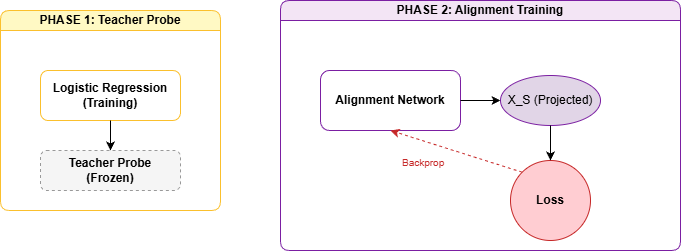
The draw.io diagram Documentazione/images/modelsss/AppH.png in Fonty02/HallucinationDetection, before a commit. Source tidied: cells renumbered, new cells last; positions are measured from the earlier drawing's top-left corner, leaving out a move shared by most shapes.
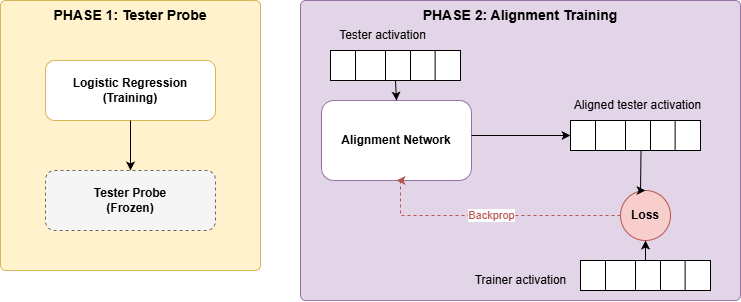
Above is the later version.

Change to the diagram source:
```diff
@@ -2,41 +2,156 @@
   <root>
     <mxCell id="0" />
     <mxCell id="1" parent="0" />
-    <mxCell id="2" value="PHASE 1: Teacher Probe" style="swimlane;whiteSpace=wrap;html=1;fillColor=#fff9c4;strokeColor=#fbc02d;startSize=20;rounded=1;" parent="1" vertex="1">
-      <mxGeometry y="10" width="220" height="200" as="geometry" />
-    </mxCell>
+    <mxCell id="14" value="PHASE 1: Tester Probe" style="rounded=1;whiteSpace=wrap;html=1;absoluteArcSize=1;arcSize=10;fillColor=#fff2cc;strokeColor=#d6b656;verticalAlign=top;fontStyle=1;fontSize=14;" parent="1" vertex="1">
+      <mxGeometry x="-20" width="260" height="270" as="geometry" />
+    </mxCell>
-    <mxCell id="3" value="Logistic Regression&lt;br&gt;(Training)" style="rounded=1;whiteSpace=wrap;html=1;fillColor=#ffffff;strokeColor=#fbc02d;fontStyle=1;" parent="2" vertex="1">
-      <mxGeometry x="40" y="60" width="140" height="50" as="geometry" />
+    <mxCell id="3" value="Logistic Regression&lt;br&gt;(Training)" style="rounded=1;whiteSpace=wrap;html=1;fillColor=#ffffff;strokeColor=#d6b656;fontStyle=1;" parent="1" vertex="1">
+      <mxGeometry x="25" y="60" width="170" height="60" as="geometry" />
     </mxCell>
-    <mxCell id="4" value="Teacher Probe&lt;br&gt;(Frozen)" style="rounded=1;whiteSpace=wrap;html=1;fillColor=#f5f5f5;strokeColor=#999999;fontStyle=1;dashed=1;" parent="2" vertex="1">
-      <mxGeometry x="40" y="140" width="140" height="40" as="geometry" />
-    </mxCell>
-    <mxCell id="5" parent="2" edge="1" source="3" target="4">
-      <mxGeometry relative="1" as="geometry" />
-    </mxCell>
+    <mxCell id="15" value="Tester Probe&lt;br&gt;(Frozen)" style="rounded=1;whiteSpace=wrap;html=1;dashed=1;fillColor=#f5f5f5;strokeColor=#666666;fontStyle=1;" parent="1" vertex="1">
+      <mxGeometry x="25" y="170" width="170" height="60" as="geometry" />
+    </mxCell>
+    <mxCell id="16" style="edgeStyle=orthogonalEdgeStyle;rounded=0;jettySize=auto;html=1;entryX=0.5;entryY=0;entryDx=0;entryDy=0;strokeColor=#000000;" parent="1" edge="1" source="3" target="15">
+      <mxGeometry relative="1" as="geometry" />
+    </mxCell>
-    <mxCell id="6" value="PHASE 2: Alignment Training" style="swimlane;whiteSpace=wrap;html=1;fillColor=#f3e5f5;strokeColor=#7b1fa2;startSize=20;rounded=1;" parent="1" vertex="1">
-      <mxGeometry x="280" width="400" height="250" as="geometry" />
+    <mxCell id="6" value="PHASE 2: Alignment Training" style="rounded=1;whiteSpace=wrap;html=1;absoluteArcSize=1;arcSize=10;fillColor=#e1d5e7;strokeColor=#9673a6;verticalAlign=top;fontStyle=1;fontSize=14;" parent="1" vertex="1">
+      <mxGeometry x="280" width="440" height="300" as="geometry" />
     </mxCell>
-    <mxCell id="7" value="Alignment Network" style="rounded=1;whiteSpace=wrap;html=1;fillColor=#ffffff;strokeColor=#7b1fa2;fontStyle=1;" parent="6" vertex="1">
-      <mxGeometry x="40" y="70" width="140" height="60" as="geometry" />
+    <mxCell id="7" value="Alignment Network" style="rounded=1;whiteSpace=wrap;html=1;fillColor=#ffffff;strokeColor=#9673a6;fontStyle=1;" parent="1" vertex="1">
+      <mxGeometry x="301" y="100" width="150" height="80" as="geometry" />
     </mxCell>
-    <mxCell id="8" value="X_S (Projected)" style="ellipse;whiteSpace=wrap;html=1;fillColor=#e1d5e7;strokeColor=#7b1fa2;" parent="6" vertex="1">
-      <mxGeometry x="220" y="75" width="100" height="50" as="geometry" />
-    </mxCell>
-    <mxCell id="9" value="Loss" style="ellipse;whiteSpace=wrap;html=1;fillColor=#ffcdd2;strokeColor=#c62828;fontStyle=1;" parent="6" vertex="1">
-      <mxGeometry x="230" y="160" width="80" height="80" as="geometry" />
+    <mxCell id="9" value="Loss" style="ellipse;whiteSpace=wrap;html=1;fillColor=#f8cecc;strokeColor=#b85450;fontStyle=1;" parent="1" vertex="1">
+      <mxGeometry x="600" y="190" width="50" height="50" as="geometry" />
     </mxCell>
-    <mxCell id="10" parent="6" edge="1" source="7" target="8">
-      <mxGeometry relative="1" as="geometry" />
-    </mxCell>
-    <mxCell id="11" parent="6" edge="1" source="8" target="9">
-      <mxGeometry relative="1" as="geometry" />
-    </mxCell>
+    <mxCell id="17" style="edgeStyle=orthogonalEdgeStyle;rounded=0;jettySize=auto;html=1;entryX=1;entryY=0.5;entryDx=0;entryDy=0;strokeColor=#000000;" parent="1" edge="1" source="7" target="34">
+      <mxGeometry relative="1" as="geometry">
+        <Array as="points">
+          <mxPoint x="480" y="135" />
+          <mxPoint x="480" y="135" />
+        </Array>
+      </mxGeometry>
+    </mxCell>
+    <mxCell id="18" style="edgeStyle=orthogonalEdgeStyle;rounded=0;jettySize=auto;html=1;entryX=0.5;entryY=0;entryDx=0;entryDy=0;strokeColor=#000000;exitX=0.458;exitY=-0.001;exitDx=0;exitDy=0;exitPerimeter=0;" parent="1" edge="1" source="34" target="9">
+      <mxGeometry relative="1" as="geometry">
+        <Array as="points">
+          <mxPoint x="621" y="152" />
+          <mxPoint x="620" y="152" />
+          <mxPoint x="620" y="190" />
+        </Array>
+      </mxGeometry>
+    </mxCell>
-    <mxCell id="12" value="Backprop" style="text;html=1;fontColor=#c62828;fontSize=10;" parent="6" vertex="1">
-      <mxGeometry x="120" y="150" width="50" height="20" as="geometry" />
+    <mxCell id="12" value="Backprop" style="edgeStyle=orthogonalEdgeStyle;rounded=0;jettySize=auto;html=1;dashed=1;strokeColor=#B85450;fontColor=#B85450;entryX=0.5;entryY=1;entryDx=0;entryDy=0;exitX=0;exitY=0.5;exitDx=0;exitDy=0;" parent="1" edge="1" source="9" target="7">
+      <mxGeometry relative="1" as="geometry">
+        <Array as="points">
+          <mxPoint x="380" y="215" />
+          <mxPoint x="380" y="180" />
+        </Array>
+      </mxGeometry>
     </mxCell>
-    <mxCell id="13" style="endArrow=classic;html=1;dashed=1;fillColor=#ffcdd2;strokeColor=#c62828;exitX=0;exitY=0;entryX=0.5;entryY=1;" parent="6" edge="1" source="9" target="7">
-      <mxGeometry relative="1" as="geometry" />
-    </mxCell>
+    <mxCell id="19" style="group;rotation=90;" parent="1" vertex="1">
+      <mxGeometry x="610" y="210" width="30" height="130" as="geometry" />
+    </mxCell>
+    <mxCell id="20" style="rounded=0;whiteSpace=wrap;html=1;rotation=180;" parent="19" vertex="1">
+      <mxGeometry x="-50" y="50" width="130" height="30" as="geometry" />
+    </mxCell>
+    <mxCell id="21" style="endArrow=none;html=1;rounded=0;exitX=0.195;exitY=0.997;exitDx=0;exitDy=0;exitPerimeter=0;entryX=0.195;entryY=0.003;entryDx=0;entryDy=0;entryPerimeter=0;" parent="19" edge="1" source="20" target="20">
+      <mxGeometry relative="1" as="geometry" />
+    </mxCell>
+    <mxCell id="22" style="endArrow=none;html=1;rounded=0;exitX=0.195;exitY=0.997;exitDx=0;exitDy=0;exitPerimeter=0;entryX=0.195;entryY=0.003;entryDx=0;entryDy=0;entryPerimeter=0;" parent="19" edge="1">
+      <mxGeometry relative="1" as="geometry">
+        <mxPoint x="30" y="50" as="sourcePoint" />
+        <mxPoint x="30" y="80" as="targetPoint" />
+      </mxGeometry>
+    </mxCell>
+    <mxCell id="23" style="endArrow=none;html=1;rounded=0;exitX=0.195;exitY=0.997;exitDx=0;exitDy=0;exitPerimeter=0;entryX=0.195;entryY=0.003;entryDx=0;entryDy=0;entryPerimeter=0;" parent="19" edge="1">
+      <mxGeometry relative="1" as="geometry">
+        <mxPoint x="5" y="50" as="sourcePoint" />
+        <mxPoint x="5" y="80" as="targetPoint" />
+      </mxGeometry>
+    </mxCell>
+    <mxCell id="24" style="endArrow=none;html=1;rounded=0;exitX=0.195;exitY=0.997;exitDx=0;exitDy=0;exitPerimeter=0;entryX=0.195;entryY=0.003;entryDx=0;entryDy=0;entryPerimeter=0;" parent="19" edge="1">
+      <mxGeometry relative="1" as="geometry">
+        <mxPoint x="-25" y="50" as="sourcePoint" />
+        <mxPoint x="-25" y="80" as="targetPoint" />
+        <Array as="points">
+          <mxPoint x="-25" y="60" />
+        </Array>
+      </mxGeometry>
+    </mxCell>
+    <mxCell id="25" value="Trainer activation" style="text;html=1;whiteSpace=wrap;strokeColor=none;fillColor=none;align=center;verticalAlign=middle;rounded=0;" parent="1" vertex="1">
+      <mxGeometry x="447.5" y="270" width="105" height="20" as="geometry" />
+    </mxCell>
+    <mxCell id="26" style="group;rotation=90;" parent="1" vertex="1">
+      <mxGeometry x="360" width="30" height="130" as="geometry" />
+    </mxCell>
+    <mxCell id="27" style="rounded=0;whiteSpace=wrap;html=1;rotation=180;" parent="26" vertex="1">
+      <mxGeometry x="-50" y="50" width="130" height="30" as="geometry" />
+    </mxCell>
+    <mxCell id="28" style="endArrow=none;html=1;rounded=0;exitX=0.195;exitY=0.997;exitDx=0;exitDy=0;exitPerimeter=0;entryX=0.195;entryY=0.003;entryDx=0;entryDy=0;entryPerimeter=0;" parent="26" edge="1" source="27" target="27">
+      <mxGeometry relative="1" as="geometry" />
+    </mxCell>
+    <mxCell id="29" style="endArrow=none;html=1;rounded=0;exitX=0.195;exitY=0.997;exitDx=0;exitDy=0;exitPerimeter=0;entryX=0.195;entryY=0.003;entryDx=0;entryDy=0;entryPerimeter=0;" parent="26" edge="1">
+      <mxGeometry relative="1" as="geometry">
+        <mxPoint x="30" y="50" as="sourcePoint" />
+        <mxPoint x="30" y="80" as="targetPoint" />
+      </mxGeometry>
+    </mxCell>
+    <mxCell id="30" style="endArrow=none;html=1;rounded=0;exitX=0.195;exitY=0.997;exitDx=0;exitDy=0;exitPerimeter=0;entryX=0.195;entryY=0.003;entryDx=0;entryDy=0;entryPerimeter=0;" parent="26" edge="1">
+      <mxGeometry relative="1" as="geometry">
+        <mxPoint x="5" y="50" as="sourcePoint" />
+        <mxPoint x="5" y="80" as="targetPoint" />
+      </mxGeometry>
+    </mxCell>
+    <mxCell id="31" style="endArrow=none;html=1;rounded=0;exitX=0.195;exitY=0.997;exitDx=0;exitDy=0;exitPerimeter=0;entryX=0.195;entryY=0.003;entryDx=0;entryDy=0;entryPerimeter=0;" parent="26" edge="1">
+      <mxGeometry relative="1" as="geometry">
+        <mxPoint x="-25" y="50" as="sourcePoint" />
+        <mxPoint x="-25" y="80" as="targetPoint" />
+        <Array as="points">
+          <mxPoint x="-25" y="60" />
+        </Array>
+      </mxGeometry>
+    </mxCell>
+    <mxCell id="32" value="Tester activation" style="text;html=1;whiteSpace=wrap;strokeColor=none;fillColor=none;align=center;verticalAlign=middle;rounded=0;" parent="1" vertex="1">
+      <mxGeometry x="310" y="20" width="105" height="30" as="geometry" />
+    </mxCell>
+    <mxCell id="33" style="group;rotation=90;" parent="1" vertex="1">
+      <mxGeometry x="600" y="70" width="30" height="130" as="geometry" />
+    </mxCell>
+    <mxCell id="34" style="rounded=0;whiteSpace=wrap;html=1;rotation=180;" parent="33" vertex="1">
+      <mxGeometry x="-50" y="50" width="130" height="30" as="geometry" />
+    </mxCell>
+    <mxCell id="35" style="endArrow=none;html=1;rounded=0;exitX=0.195;exitY=0.997;exitDx=0;exitDy=0;exitPerimeter=0;entryX=0.195;entryY=0.003;entryDx=0;entryDy=0;entryPerimeter=0;" parent="33" edge="1" source="34" target="34">
+      <mxGeometry relative="1" as="geometry" />
+    </mxCell>
+    <mxCell id="36" style="endArrow=none;html=1;rounded=0;exitX=0.195;exitY=0.997;exitDx=0;exitDy=0;exitPerimeter=0;entryX=0.195;entryY=0.003;entryDx=0;entryDy=0;entryPerimeter=0;" parent="33" edge="1">
+      <mxGeometry relative="1" as="geometry">
+        <mxPoint x="30" y="50" as="sourcePoint" />
+        <mxPoint x="30" y="80" as="targetPoint" />
+      </mxGeometry>
+    </mxCell>
+    <mxCell id="37" style="endArrow=none;html=1;rounded=0;exitX=0.195;exitY=0.997;exitDx=0;exitDy=0;exitPerimeter=0;entryX=0.195;entryY=0.003;entryDx=0;entryDy=0;entryPerimeter=0;" parent="33" edge="1">
+      <mxGeometry relative="1" as="geometry">
+        <mxPoint x="5" y="50" as="sourcePoint" />
+        <mxPoint x="5" y="80" as="targetPoint" />
+      </mxGeometry>
+    </mxCell>
+    <mxCell id="38" style="endArrow=none;html=1;rounded=0;exitX=0.195;exitY=0.997;exitDx=0;exitDy=0;exitPerimeter=0;entryX=0.195;entryY=0.003;entryDx=0;entryDy=0;entryPerimeter=0;" parent="33" edge="1">
+      <mxGeometry relative="1" as="geometry">
+        <mxPoint x="-25" y="50" as="sourcePoint" />
+        <mxPoint x="-25" y="80" as="targetPoint" />
+        <Array as="points">
+          <mxPoint x="-25" y="60" />
+        </Array>
+      </mxGeometry>
+    </mxCell>
+    <mxCell id="39" value="Aligned tester activation" style="text;html=1;whiteSpace=wrap;strokeColor=none;fillColor=none;align=center;verticalAlign=middle;rounded=0;" parent="1" vertex="1">
+      <mxGeometry x="550" y="90" width="135" height="30" as="geometry" />
+    </mxCell>
+    <mxCell id="40" style="endArrow=classic;html=1;rounded=0;exitX=0.5;exitY=0;exitDx=0;exitDy=0;entryX=0.5;entryY=0;entryDx=0;entryDy=0;" parent="1" edge="1" source="27" target="7">
+      <mxGeometry relative="1" as="geometry" />
+    </mxCell>
+    <mxCell id="41" style="endArrow=classic;html=1;rounded=0;entryX=0.5;entryY=1;entryDx=0;entryDy=0;" parent="1" edge="1" source="20" target="9">
+      <mxGeometry relative="1" as="geometry" />
+    </mxCell>
   </root>
 </mxGraphModel>
```
